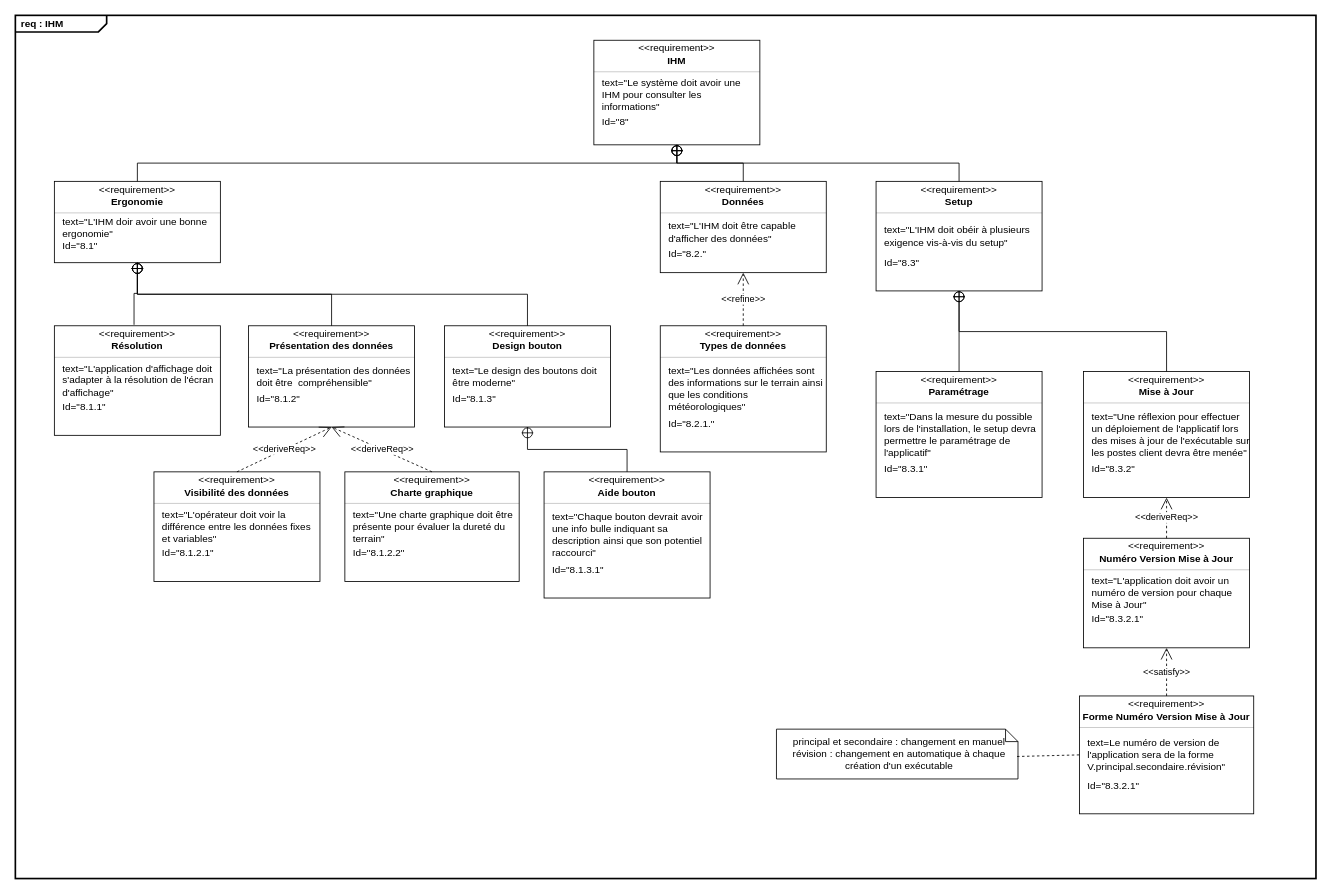
Earlier version of the draw.io diagram SYSML/Diagramme_Requirement_IHM.drawio (ToGen49/Hippodrome). Source tidied: cells renumbered, new cells numbered last; positions are measured from the earlier drawing's top-left corner, leaving out a move shared by most shapes. Both pictures are drawn from the tidied source at 83%, with x=0, y=0 at pixel (15, 15).
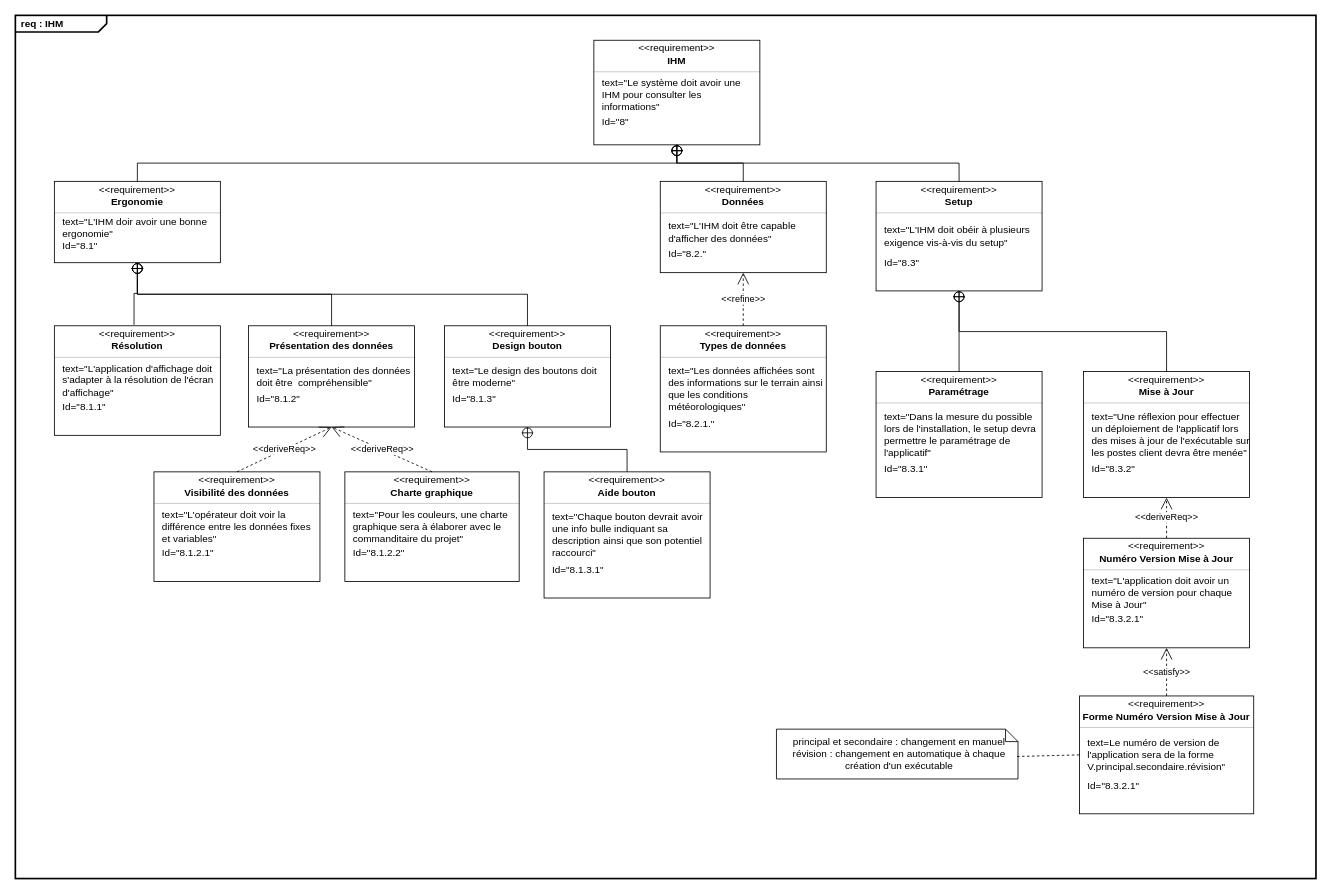
The same diagram, later.

Commit message (it also covers changes not shown here):
Mettre à jour Diagramme_Requirement_IHM.drawio

Unchanged cells that the change refers to:
```xml
<mxCell id="73" style="fontStyle=1;align=center;verticalAlign=middle;horizontal=1;" parent="1" vertex="1">
  <mxGeometry x="397" y="550" width="210" height="132" as="geometry" />
</mxCell>
```

The edit, as a diff of the source:
```diff
@@
-    <mxCell id="77" value="text=&quot;Une charte graphique doit être présente pour évaluer la dureté du terrain&quot;" style="html=1;align=left;spacing=0;verticalAlign=middle;strokeColor=none;fillColor=none;whiteSpace=wrap;spacingLeft=10;" parent="73" vertex="1">
+    <mxCell id="77" value="text=&quot;Pour les couleurs, une charte graphique sera à élaborer avec le commanditaire du projet&quot;" style="html=1;align=left;spacing=0;verticalAlign=middle;strokeColor=none;fillColor=none;whiteSpace=wrap;spacingLeft=10;" parent="73" vertex="1">
       <mxGeometry y="42" width="210" height="48" as="geometry" />
     </mxCell>
```
